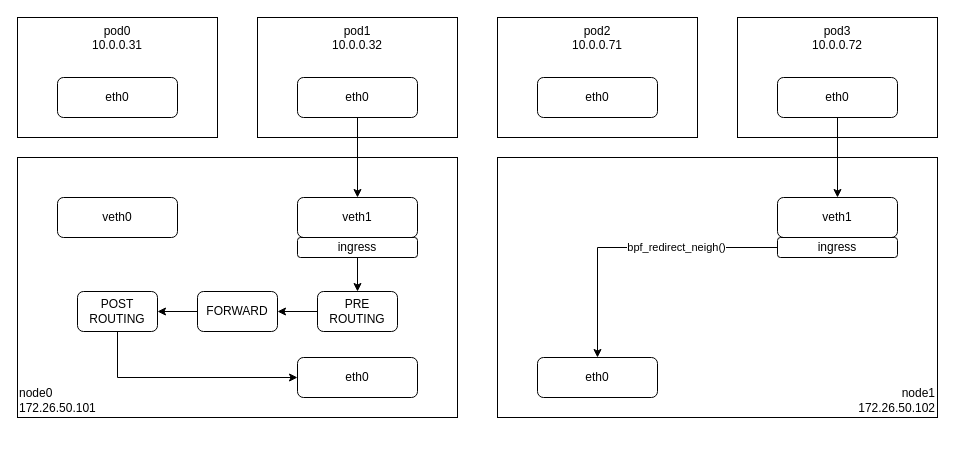
The draw.io diagram page "bpf_redirect_neigh" (8 of 8) of k8s.cilium/cilium.drawio in haruband/codebook, before the edit. Source tidied: cells renumbered, new cells numbered last; positions are measured from the earlier drawing's top-left corner, leaving out a move shared by most shapes. Both pictures are drawn from the tidied source at 100%, with x=0, y=0 at pixel (17, 17).
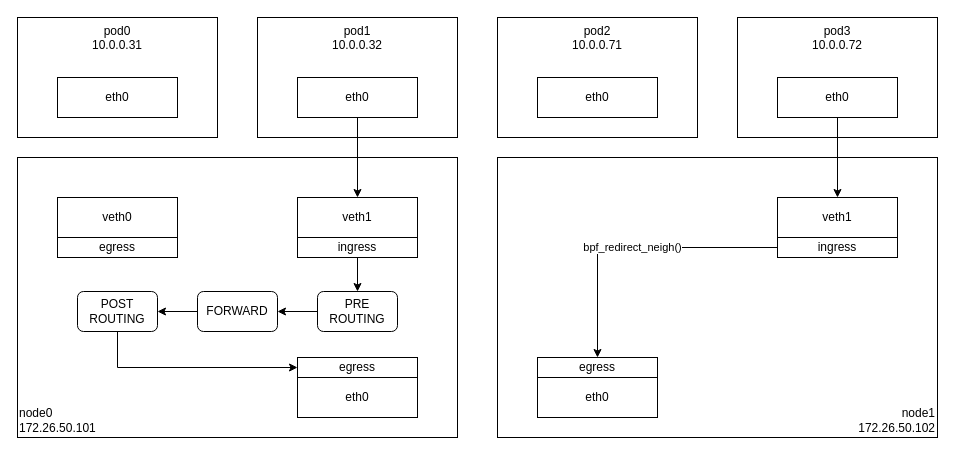
Above is the later version.

Unchanged cells that the change refers to:
```xml
<mxCell id="17" value="POST&lt;br&gt;ROUTING" style="rounded=1;whiteSpace=wrap;html=1;" parent="1" vertex="1">
  <mxGeometry x="60" y="274" width="80" height="40" as="geometry" />
</mxCell>
```

What changed in the source:
```diff
@@
     <mxCell id="4" value="node0&lt;br&gt;172.26.50.101" style="rounded=0;whiteSpace=wrap;html=1;align=left;verticalAlign=bottom;" parent="1" vertex="1">
-      <mxGeometry y="140" width="440" height="260" as="geometry" />
+      <mxGeometry y="140" width="440" height="280" as="geometry" />
     </mxCell>
@@
-    <mxCell id="6" value="eth0" style="rounded=1;whiteSpace=wrap;html=1;" parent="1" vertex="1">
+    <mxCell id="6" value="eth0" style="rounded=0;whiteSpace=wrap;html=1;" parent="1" vertex="1">
       <mxGeometry x="280" y="60" width="120" height="40" as="geometry" />
     </mxCell>
-    <mxCell id="7" value="veth1" style="rounded=1;whiteSpace=wrap;html=1;" parent="1" vertex="1">
+    <mxCell id="7" value="veth1" style="rounded=0;whiteSpace=wrap;html=1;" parent="1" vertex="1">
       <mxGeometry x="280" y="180" width="120" height="40" as="geometry" />
     </mxCell>
@@
-    <mxCell id="9" value="ingress" style="rounded=1;whiteSpace=wrap;html=1;" parent="1" vertex="1">
+    <mxCell id="9" value="ingress" style="rounded=0;whiteSpace=wrap;html=1;" parent="1" vertex="1">
       <mxGeometry x="280" y="220" width="120" height="20" as="geometry" />
     </mxCell>
-    <mxCell id="10" value="eth0" style="rounded=1;whiteSpace=wrap;html=1;" parent="1" vertex="1">
+    <mxCell id="10" value="eth0" style="rounded=0;whiteSpace=wrap;html=1;" parent="1" vertex="1">
       <mxGeometry x="40" y="60" width="120" height="40" as="geometry" />
     </mxCell>
-    <mxCell id="11" value="veth0" style="rounded=1;whiteSpace=wrap;html=1;" parent="1" vertex="1">
+    <mxCell id="11" value="veth0" style="rounded=0;whiteSpace=wrap;html=1;" parent="1" vertex="1">
       <mxGeometry x="40" y="180" width="120" height="40" as="geometry" />
     </mxCell>
@@
-    <mxCell id="16" style="edgeStyle=orthogonalEdgeStyle;rounded=0;jettySize=auto;html=1;exitX=0.5;exitY=1;exitDx=0;exitDy=0;entryX=0;entryY=0.5;entryDx=0;entryDy=0;" parent="1" edge="1" source="17" target="28">
-      <mxGeometry relative="1" as="geometry" />
-    </mxCell>
+    <mxCell id="30" style="edgeStyle=orthogonalEdgeStyle;rounded=0;jettySize=auto;html=1;exitX=0.5;exitY=1;exitDx=0;exitDy=0;entryX=0;entryY=0.5;entryDx=0;entryDy=0;" parent="1" edge="1" source="17" target="33">
+      <mxGeometry relative="1" as="geometry" />
+    </mxCell>
@@
     <mxCell id="20" value="node1&lt;br&gt;172.26.50.102" style="rounded=0;whiteSpace=wrap;html=1;align=right;verticalAlign=bottom;" parent="1" vertex="1">
-      <mxGeometry x="480" y="140" width="440" height="260" as="geometry" />
+      <mxGeometry x="480" y="140" width="440" height="280" as="geometry" />
     </mxCell>
@@
-    <mxCell id="22" value="eth0" style="rounded=1;whiteSpace=wrap;html=1;" parent="1" vertex="1">
+    <mxCell id="22" value="eth0" style="rounded=0;whiteSpace=wrap;html=1;" parent="1" vertex="1">
       <mxGeometry x="760" y="60" width="120" height="40" as="geometry" />
     </mxCell>
-    <mxCell id="23" value="veth1" style="rounded=1;whiteSpace=wrap;html=1;" parent="1" vertex="1">
+    <mxCell id="23" value="veth1" style="rounded=0;whiteSpace=wrap;html=1;" parent="1" vertex="1">
       <mxGeometry x="760" y="180" width="120" height="40" as="geometry" />
     </mxCell>
-    <mxCell id="24" style="edgeStyle=orthogonalEdgeStyle;rounded=0;jettySize=auto;html=1;exitX=0;exitY=0.5;exitDx=0;exitDy=0;" parent="1" edge="1" source="26" target="29">
-      <mxGeometry relative="1" as="geometry" />
-    </mxCell>
-    <mxCell id="25" value="bpf_redirect_neigh()" style="edgeLabel;html=1;align=center;verticalAlign=middle;" parent="24" vertex="1">
-      <mxGeometry x="-0.3" y="-1" relative="1" as="geometry" />
+    <mxCell id="25" value="bpf_redirect_neigh()" style="edgeStyle=orthogonalEdgeStyle;rounded=0;jettySize=auto;html=1;exitX=0;exitY=0.5;exitDx=0;exitDy=0;" parent="1" edge="1" source="26" target="34">
+      <mxGeometry relative="1" as="geometry" />
     </mxCell>
-    <mxCell id="26" value="ingress" style="rounded=1;whiteSpace=wrap;html=1;" parent="1" vertex="1">
+    <mxCell id="26" value="ingress" style="rounded=0;whiteSpace=wrap;html=1;" parent="1" vertex="1">
       <mxGeometry x="760" y="220" width="120" height="20" as="geometry" />
     </mxCell>
-    <mxCell id="27" value="eth0" style="rounded=1;whiteSpace=wrap;html=1;" parent="1" vertex="1">
+    <mxCell id="27" value="eth0" style="rounded=0;whiteSpace=wrap;html=1;" parent="1" vertex="1">
       <mxGeometry x="520" y="60" width="120" height="40" as="geometry" />
     </mxCell>
-    <mxCell id="28" value="eth0" style="rounded=1;whiteSpace=wrap;html=1;" parent="1" vertex="1">
-      <mxGeometry x="280" y="340" width="120" height="40" as="geometry" />
-    </mxCell>
-    <mxCell id="29" value="eth0" style="rounded=1;whiteSpace=wrap;html=1;" parent="1" vertex="1">
-      <mxGeometry x="520" y="340" width="120" height="40" as="geometry" />
-    </mxCell>
+    <mxCell id="31" value="eth0" style="rounded=0;whiteSpace=wrap;html=1;" parent="1" vertex="1">
+      <mxGeometry x="280" y="360" width="120" height="40" as="geometry" />
+    </mxCell>
+    <mxCell id="32" value="eth0" style="rounded=0;whiteSpace=wrap;html=1;" parent="1" vertex="1">
+      <mxGeometry x="520" y="360" width="120" height="40" as="geometry" />
+    </mxCell>
+    <mxCell id="33" value="egress" style="rounded=0;whiteSpace=wrap;html=1;" parent="1" vertex="1">
+      <mxGeometry x="280" y="340" width="120" height="20" as="geometry" />
+    </mxCell>
+    <mxCell id="34" value="egress" style="rounded=0;whiteSpace=wrap;html=1;" parent="1" vertex="1">
+      <mxGeometry x="520" y="340" width="120" height="20" as="geometry" />
+    </mxCell>
+    <mxCell id="35" value="egress" style="rounded=0;whiteSpace=wrap;html=1;" parent="1" vertex="1">
+      <mxGeometry x="40" y="220" width="120" height="20" as="geometry" />
+    </mxCell>
```
